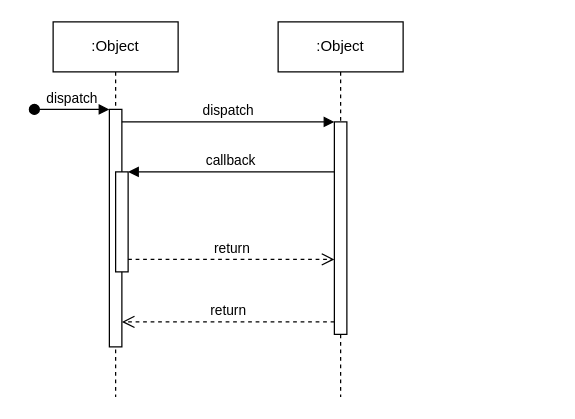
Before: Blending-Delegation-Pattern.drawio in JMonkey-Archive/MonkAnim-Patterns, a draw.io diagram. Source tidied: cells renumbered, new cells numbered last; positions are measured from the earlier drawing's top-left corner, leaving out a move shared by most shapes. Both pictures are drawn from the tidied source at 125%, with x=0, y=0 at pixel (34, 21).
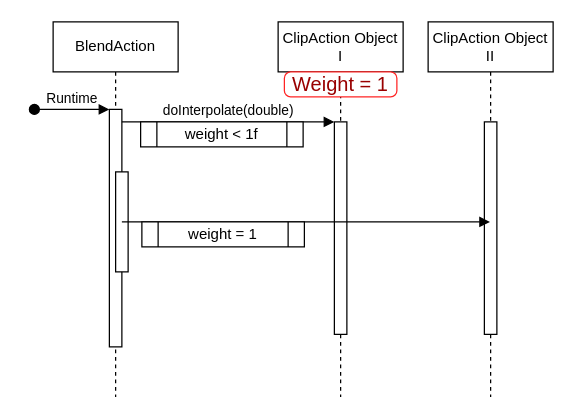
The same diagram, later.

Diff of the diagram source:
```diff
@@
 <mxGraphModel>
   <root>
     <mxCell id="0" />
     <mxCell id="1" parent="0" />
-    <mxCell id="2" value=":Object" style="shape=umlLifeline;perimeter=lifelinePerimeter;whiteSpace=wrap;html=1;newEdgeStyle={&quot;edgeStyle&quot;:&quot;elbowEdgeStyle&quot;,&quot;elbow&quot;:&quot;vertical&quot;,&quot;curved&quot;:0,&quot;rounded&quot;:0};" parent="1" vertex="1">
+    <mxCell id="2" value="BlendAction" style="shape=umlLifeline;perimeter=lifelinePerimeter;whiteSpace=wrap;html=1;newEdgeStyle={&quot;edgeStyle&quot;:&quot;elbowEdgeStyle&quot;,&quot;elbow&quot;:&quot;vertical&quot;,&quot;curved&quot;:0,&quot;rounded&quot;:0};" parent="1" vertex="1">
       <mxGeometry x="15" width="100" height="300" as="geometry" />
     </mxCell>
     <mxCell id="3" style="html=1;points=[];perimeter=orthogonalPerimeter;outlineConnect=0;targetShapes=umlLifeline;portConstraint=eastwest;newEdgeStyle={&quot;edgeStyle&quot;:&quot;elbowEdgeStyle&quot;,&quot;elbow&quot;:&quot;vertical&quot;,&quot;curved&quot;:0,&quot;rounded&quot;:0};" parent="2" vertex="1">
       <mxGeometry x="45" y="70" width="10" height="190" as="geometry" />
     </mxCell>
-    <mxCell id="4" value="dispatch" style="html=1;verticalAlign=bottom;startArrow=oval;endArrow=block;startSize=8;edgeStyle=elbowEdgeStyle;elbow=vertical;curved=0;rounded=0;" parent="2" edge="1" target="3">
+    <mxCell id="4" value="Runtime" style="html=1;verticalAlign=bottom;startArrow=oval;endArrow=block;startSize=8;edgeStyle=elbowEdgeStyle;elbow=vertical;curved=0;rounded=0;" parent="2" edge="1" target="3">
       <mxGeometry relative="1" as="geometry">
         <mxPoint x="-15" y="70" as="sourcePoint" />
       </mxGeometry>
     </mxCell>
     <mxCell id="5" style="html=1;points=[];perimeter=orthogonalPerimeter;outlineConnect=0;targetShapes=umlLifeline;portConstraint=eastwest;newEdgeStyle={&quot;edgeStyle&quot;:&quot;elbowEdgeStyle&quot;,&quot;elbow&quot;:&quot;vertical&quot;,&quot;curved&quot;:0,&quot;rounded&quot;:0};" parent="2" vertex="1">
       <mxGeometry x="50" y="120" width="10" height="80" as="geometry" />
     </mxCell>
-    <mxCell id="6" value=":Object" style="shape=umlLifeline;perimeter=lifelinePerimeter;whiteSpace=wrap;html=1;newEdgeStyle={&quot;edgeStyle&quot;:&quot;elbowEdgeStyle&quot;,&quot;elbow&quot;:&quot;vertical&quot;,&quot;curved&quot;:0,&quot;rounded&quot;:0};" parent="1" vertex="1">
+    <mxCell id="6" value="ClipAction Object I" style="shape=umlLifeline;perimeter=lifelinePerimeter;whiteSpace=wrap;html=1;newEdgeStyle={&quot;edgeStyle&quot;:&quot;elbowEdgeStyle&quot;,&quot;elbow&quot;:&quot;vertical&quot;,&quot;curved&quot;:0,&quot;rounded&quot;:0};" parent="1" vertex="1">
       <mxGeometry x="195" width="100" height="300" as="geometry" />
     </mxCell>
     <mxCell id="7" style="html=1;points=[];perimeter=orthogonalPerimeter;outlineConnect=0;targetShapes=umlLifeline;portConstraint=eastwest;newEdgeStyle={&quot;edgeStyle&quot;:&quot;elbowEdgeStyle&quot;,&quot;elbow&quot;:&quot;vertical&quot;,&quot;curved&quot;:0,&quot;rounded&quot;:0};" parent="6" vertex="1">
       <mxGeometry x="45" y="80" width="10" height="170" as="geometry" />
     </mxCell>
-    <mxCell id="8" value="dispatch" style="html=1;verticalAlign=bottom;endArrow=block;edgeStyle=elbowEdgeStyle;elbow=vertical;curved=0;rounded=0;" parent="1" edge="1" source="3" target="7">
+    <mxCell id="8" value="doInterpolate(double)" style="html=1;verticalAlign=bottom;endArrow=block;edgeStyle=elbowEdgeStyle;elbow=vertical;curved=0;rounded=0;" parent="1" edge="1" source="3" target="7">
       <mxGeometry relative="1" as="geometry">
         <Array as="points">
           <mxPoint x="155" y="80" />
         </Array>
       </mxGeometry>
     </mxCell>
-    <mxCell id="9" value="return" style="html=1;verticalAlign=bottom;endArrow=open;dashed=1;endSize=8;edgeStyle=elbowEdgeStyle;elbow=vertical;curved=0;rounded=0;" parent="1" edge="1" source="7" target="3">
-      <mxGeometry relative="1" as="geometry">
-        <Array as="points">
-          <mxPoint x="165" y="240" />
-        </Array>
-      </mxGeometry>
-    </mxCell>
-    <mxCell id="10" value="callback" style="html=1;verticalAlign=bottom;endArrow=block;edgeStyle=elbowEdgeStyle;elbow=vertical;curved=0;rounded=0;" parent="1" edge="1" source="7" target="5">
-      <mxGeometry relative="1" as="geometry">
-        <Array as="points">
-          <mxPoint x="165" y="120" />
-        </Array>
-      </mxGeometry>
-    </mxCell>
-    <mxCell id="11" value="return" style="html=1;verticalAlign=bottom;endArrow=open;dashed=1;endSize=8;edgeStyle=elbowEdgeStyle;elbow=vertical;curved=0;rounded=0;" parent="1" edge="1" source="5" target="7">
-      <mxGeometry relative="1" as="geometry">
-        <Array as="points">
-          <mxPoint x="155" y="190" />
-        </Array>
-      </mxGeometry>
-    </mxCell>
+    <mxCell id="12" value="ClipAction Object II" style="shape=umlLifeline;perimeter=lifelinePerimeter;whiteSpace=wrap;html=1;newEdgeStyle={&quot;edgeStyle&quot;:&quot;elbowEdgeStyle&quot;,&quot;elbow&quot;:&quot;vertical&quot;,&quot;curved&quot;:0,&quot;rounded&quot;:0};" parent="1" vertex="1">
+      <mxGeometry x="315" width="100" height="300" as="geometry" />
+    </mxCell>
+    <mxCell id="13" style="html=1;perimeter=orthogonalPerimeter;targetShapes=umlLifeline;newEdgeStyle={&quot;edgeStyle&quot;:&quot;elbowEdgeStyle&quot;,&quot;elbow&quot;:&quot;vertical&quot;,&quot;curved&quot;:0,&quot;rounded&quot;:0};" parent="12" vertex="1">
+      <mxGeometry x="45" y="80" width="10" height="170" as="geometry" />
+    </mxCell>
+    <mxCell id="14" style="html=1;verticalAlign=bottom;endArrow=block;edgeStyle=elbowEdgeStyle;elbow=vertical;curved=0;rounded=0;" parent="1" edge="1">
+      <mxGeometry relative="1" as="geometry">
+        <mxPoint x="70" y="159.9" as="sourcePoint" />
+        <mxPoint x="364.5" y="160.1" as="targetPoint" />
+      </mxGeometry>
+    </mxCell>
+    <mxCell id="15" value="weight = 1" style="shape=process;whiteSpace=wrap;html=1;backgroundOutline=1;" parent="1" vertex="1">
+      <mxGeometry x="86" y="160" width="130" height="20" as="geometry" />
+    </mxCell>
+    <mxCell id="16" value="weight &amp;lt; 1f" style="shape=process;whiteSpace=wrap;html=1;backgroundOutline=1;" parent="1" vertex="1">
+      <mxGeometry x="85" y="80" width="130" height="20" as="geometry" />
+    </mxCell>
+    <mxCell id="17" value="Weight = 1" style="html=1;shadow=0;dashed=0;shape=mxgraph.bootstrap.rrect;rSize=5;strokeColor=#ff2424;strokeWidth=1;fillColor=default;fontColor=#990000;whiteSpace=wrap;align=center;verticalAlign=middle;spacingLeft=0;fontStyle=0;fontSize=16;spacing=5;" parent="1" vertex="1">
+      <mxGeometry x="200" y="40" width="90" height="20" as="geometry" />
+    </mxCell>
   </root>
 </mxGraphModel>
```
